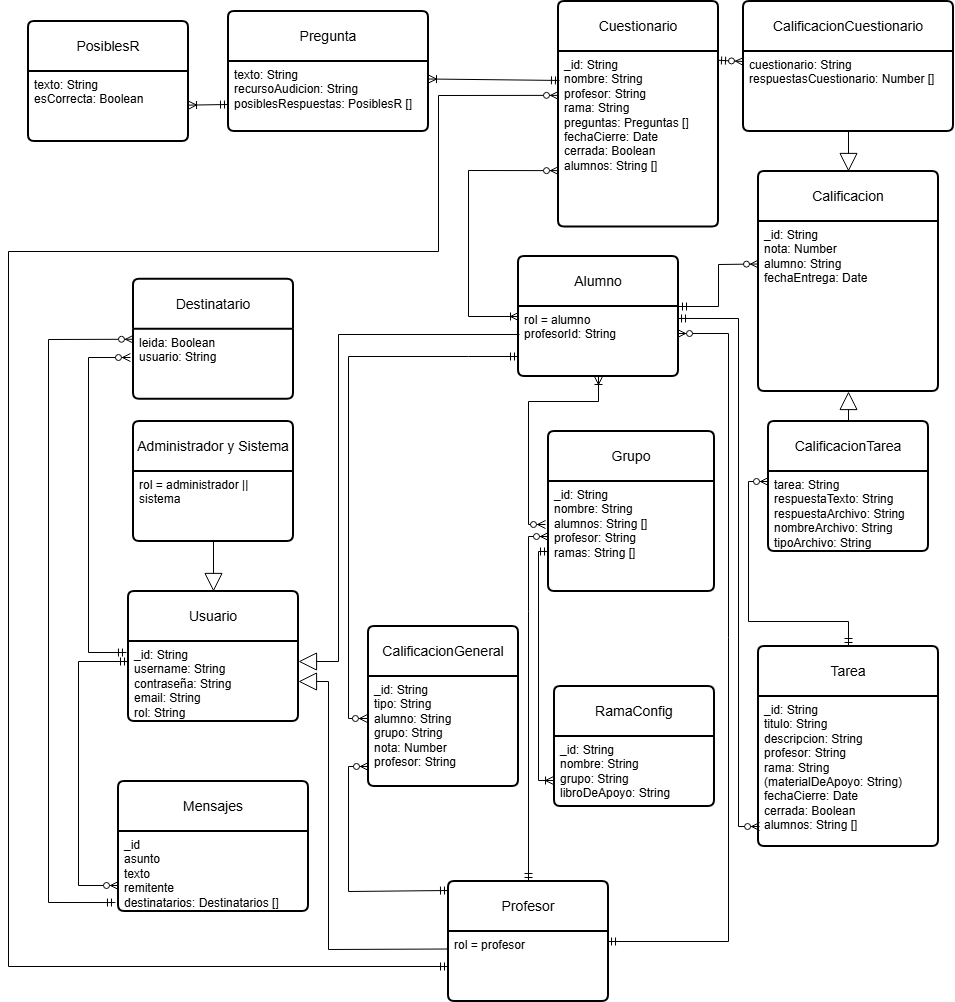
Before: Figuras/modelo_Conceptual.png, a diagram exported from draw.io (selugc4/SolfEdge). Source tidied: cells renumbered, new cells last; positions are measured from the earlier drawing's top-left corner, leaving out a move shared by most shapes.
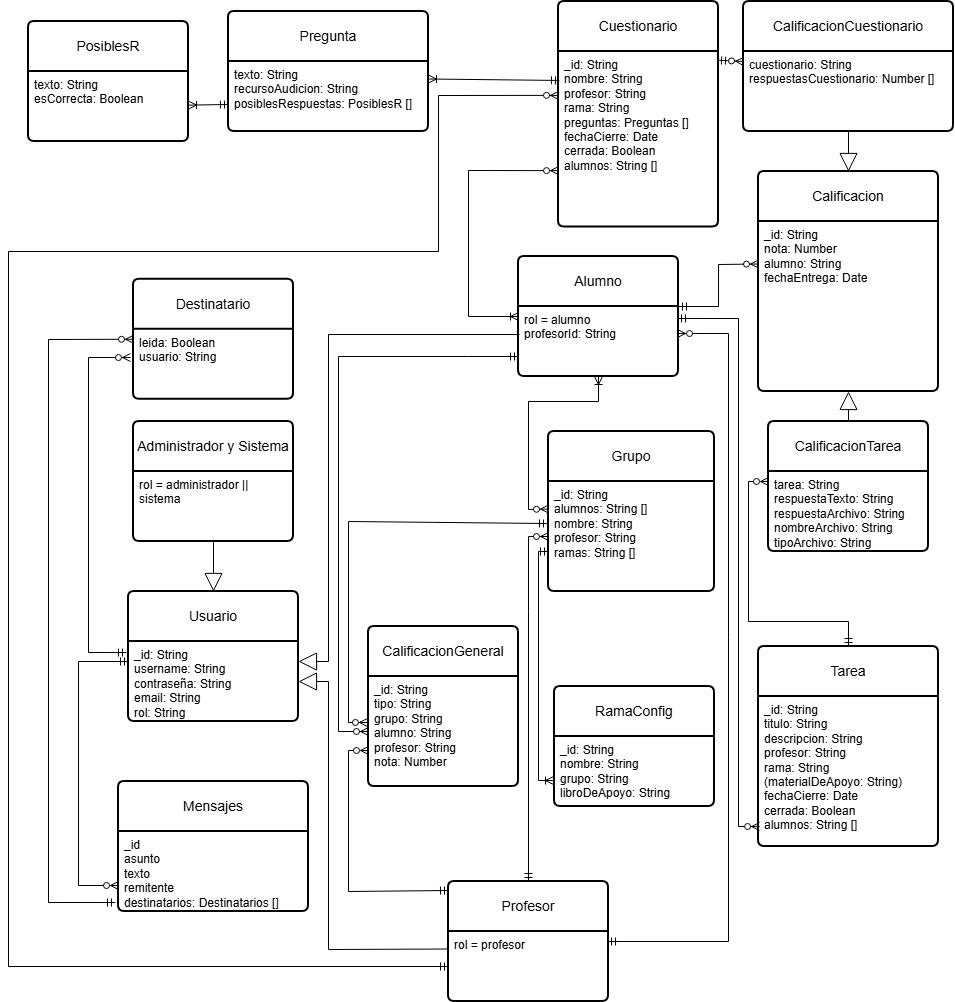
The same file after the commit.

Diff of the diagram source:
```diff
@@ -11,7 +11,7 @@
     <mxCell id="4" value="CalificacionGeneral" style="swimlane;horizontal=1;startSize=50;rounded=1;fontSize=14;fontStyle=0;strokeWidth=2;shadow=0;dashed=0;align=center;arcSize=4;whiteSpace=wrap;html=1;" parent="1" vertex="1">
       <mxGeometry x="360" y="625" width="150" height="160" as="geometry" />
     </mxCell>
-    <mxCell id="5" value="_id: String&lt;br&gt;tipo: String&lt;br&gt;alumno: String&lt;div&gt;grupo: String&lt;/div&gt;&lt;div&gt;nota: Number&lt;/div&gt;&lt;div&gt;profesor: String&lt;/div&gt;" style="align=left;strokeColor=none;fillColor=none;spacingLeft=4;spacingRight=4;fontSize=12;verticalAlign=top;html=1;whiteSpace=wrap;" parent="4" vertex="1">
+    <mxCell id="5" value="_id: String&lt;br&gt;tipo: String&lt;div&gt;&lt;div&gt;grupo: String&lt;/div&gt;alumno: String&lt;div&gt;&lt;span style=&quot;background-color: transparent; color: light-dark(rgb(0, 0, 0), rgb(255, 255, 255));&quot;&gt;profesor: String&lt;/span&gt;&lt;/div&gt;&lt;/div&gt;&lt;div&gt;&lt;div&gt;&lt;span style=&quot;background-color: transparent; color: light-dark(rgb(0, 0, 0), rgb(255, 255, 255));&quot;&gt;nota: Number&lt;/span&gt;&lt;/div&gt;&lt;/div&gt;" style="align=left;strokeColor=none;fillColor=none;spacingLeft=4;spacingRight=4;fontSize=12;verticalAlign=top;html=1;whiteSpace=wrap;" parent="4" vertex="1">
       <mxGeometry y="50" width="150" height="110" as="geometry" />
     </mxCell>
     <mxCell id="6" value="CalificacionCuestionario" style="swimlane;horizontal=1;startSize=50;rounded=1;fontSize=14;fontStyle=0;strokeWidth=2;shadow=0;dashed=0;align=center;arcSize=4;whiteSpace=wrap;html=1;" parent="1" vertex="1">
@@ -56,7 +56,7 @@
         </Array>
       </mxGeometry>
     </mxCell>
-    <mxCell id="18" value="_id: String&lt;br&gt;nombre: String&lt;div&gt;&lt;div&gt;alumnos: String []&lt;/div&gt;&lt;div&gt;&lt;span style=&quot;background-color: transparent; color: light-dark(rgb(0, 0, 0), rgb(255, 255, 255));&quot;&gt;profesor: String&lt;/span&gt;&lt;/div&gt;&lt;div&gt;&lt;span style=&quot;background-color: transparent; color: light-dark(rgb(0, 0, 0), rgb(255, 255, 255));&quot;&gt;ramas: String []&lt;/span&gt;&lt;/div&gt;&lt;div&gt;&lt;br&gt;&lt;/div&gt;&lt;/div&gt;" style="align=left;strokeColor=none;fillColor=none;spacingLeft=4;spacingRight=4;fontSize=12;verticalAlign=top;html=1;whiteSpace=wrap;" parent="16" vertex="1">
+    <mxCell id="18" value="_id: String&lt;br&gt;&lt;div&gt;&lt;div&gt;alumnos: String []&lt;/div&gt;&lt;div&gt;nombre: String&lt;div&gt;&lt;/div&gt;&lt;/div&gt;&lt;div&gt;&lt;span style=&quot;background-color: transparent; color: light-dark(rgb(0, 0, 0), rgb(255, 255, 255));&quot;&gt;profesor: String&lt;/span&gt;&lt;/div&gt;&lt;div&gt;&lt;span style=&quot;background-color: transparent; color: light-dark(rgb(0, 0, 0), rgb(255, 255, 255));&quot;&gt;ramas: String []&lt;/span&gt;&lt;/div&gt;&lt;div&gt;&lt;br&gt;&lt;/div&gt;&lt;/div&gt;" style="align=left;strokeColor=none;fillColor=none;spacingLeft=4;spacingRight=4;fontSize=12;verticalAlign=top;html=1;whiteSpace=wrap;" parent="16" vertex="1">
       <mxGeometry y="50" width="166" height="110" as="geometry" />
     </mxCell>
     <mxCell id="19" value="Usuario" style="swimlane;horizontal=1;startSize=50;rounded=1;fontSize=14;fontStyle=0;strokeWidth=2;shadow=0;dashed=0;align=center;arcSize=4;whiteSpace=wrap;html=1;" parent="1" vertex="1">
@@ -68,8 +68,8 @@
     <mxCell id="21" style="endArrow=block;endSize=16;endFill=0;html=1;rounded=0;exitX=0.006;exitY=0.4;exitDx=0;exitDy=0;entryX=1;entryY=0.25;entryDx=0;entryDy=0;exitPerimeter=0;" parent="1" edge="1" source="26" target="20">
       <mxGeometry relative="1" as="geometry">
         <Array as="points">
-          <mxPoint x="330" y="333" />
-          <mxPoint x="330" y="660" />
+          <mxPoint x="320" y="333" />
+          <mxPoint x="320" y="660" />
         </Array>
       </mxGeometry>
     </mxCell>
@@ -82,13 +82,13 @@
     <mxCell id="24" value="Alumno" style="swimlane;horizontal=1;startSize=50;rounded=1;fontSize=14;fontStyle=0;strokeWidth=2;shadow=0;dashed=0;align=center;arcSize=4;whiteSpace=wrap;html=1;" parent="1" vertex="1">
       <mxGeometry x="510" y="255" width="160" height="120" as="geometry" />
     </mxCell>
-    <mxCell id="25" style="fontSize=12;html=1;endArrow=ERzeroToMany;startArrow=ERmandOne;rounded=0;entryX=-0.007;entryY=0.382;entryDx=0;entryDy=0;entryPerimeter=0;" parent="24" edge="1" target="5">
+    <mxCell id="25" style="fontSize=12;html=1;endArrow=ERzeroToMany;startArrow=ERmandOne;rounded=0;entryX=0;entryY=0.5;entryDx=0;entryDy=0;" parent="24" edge="1" target="5">
       <mxGeometry relative="1" as="geometry">
         <mxPoint y="100" as="sourcePoint" />
         <Array as="points">
           <mxPoint x="-50" y="100" />
-          <mxPoint x="-170" y="100" />
-          <mxPoint x="-170" y="462" />
+          <mxPoint x="-180" y="100" />
+          <mxPoint x="-180" y="475" />
         </Array>
       </mxGeometry>
     </mxCell>
@@ -117,11 +117,12 @@
         </Array>
       </mxGeometry>
     </mxCell>
-    <mxCell id="31" style="fontSize=12;html=1;endArrow=ERzeroToMany;startArrow=ERmandOne;rounded=0;entryX=0;entryY=0.818;entryDx=0;entryDy=0;entryPerimeter=0;exitX=0;exitY=0.075;exitDx=0;exitDy=0;exitPerimeter=0;" parent="1" edge="1" source="22" target="5">
+    <mxCell id="31" style="fontSize=12;html=1;endArrow=ERzeroToMany;startArrow=ERmandOne;rounded=0;exitX=0;exitY=0.075;exitDx=0;exitDy=0;exitPerimeter=0;" parent="1" edge="1" source="22">
       <mxGeometry relative="1" as="geometry">
+        <mxPoint x="360" y="749" as="targetPoint" />
         <Array as="points">
           <mxPoint x="340" y="890" />
-          <mxPoint x="340" y="765" />
+          <mxPoint x="340" y="749" />
         </Array>
       </mxGeometry>
     </mxCell>
@@ -236,10 +237,10 @@
         </Array>
       </mxGeometry>
     </mxCell>
-    <mxCell id="53" style="fontSize=12;html=1;endArrow=ERoneToMany;startArrow=ERzeroToMany;rounded=0;exitX=-0.018;exitY=0.391;exitDx=0;exitDy=0;exitPerimeter=0;entryX=0.5;entryY=1;entryDx=0;entryDy=0;" parent="1" edge="1" source="18" target="26">
+    <mxCell id="53" style="fontSize=12;html=1;endArrow=ERoneToMany;startArrow=ERzeroToMany;rounded=0;exitX=0;exitY=0.25;exitDx=0;exitDy=0;entryX=0.5;entryY=1;entryDx=0;entryDy=0;" parent="1" edge="1" source="18" target="26">
       <mxGeometry relative="1" as="geometry">
         <Array as="points">
-          <mxPoint x="520" y="523" />
+          <mxPoint x="520" y="508" />
           <mxPoint x="520" y="400" />
           <mxPoint x="590" y="400" />
         </Array>
@@ -251,5 +252,13 @@
     <mxCell id="55" value="_id: String&lt;br&gt;nombre: String&lt;div&gt;grupo: String&lt;/div&gt;&lt;div&gt;libroDeApoyo: String&lt;/div&gt;" style="align=left;strokeColor=none;fillColor=none;spacingLeft=4;spacingRight=4;fontSize=12;verticalAlign=top;html=1;whiteSpace=wrap;" parent="54" vertex="1">
       <mxGeometry y="50" width="160" height="70" as="geometry" />
     </mxCell>
+    <mxCell id="56" style="fontSize=12;html=1;endArrow=ERzeroToMany;startArrow=ERmandOne;rounded=0;exitX=-0.006;exitY=0.382;exitDx=0;exitDy=0;exitPerimeter=0;entryX=-0.007;entryY=0.418;entryDx=0;entryDy=0;entryPerimeter=0;" parent="1" edge="1" source="18" target="5">
+      <mxGeometry relative="1" as="geometry">
+        <Array as="points">
+          <mxPoint x="340" y="520" />
+          <mxPoint x="340" y="721" />
+        </Array>
+      </mxGeometry>
+    </mxCell>
   </root>
 </mxGraphModel>
```
